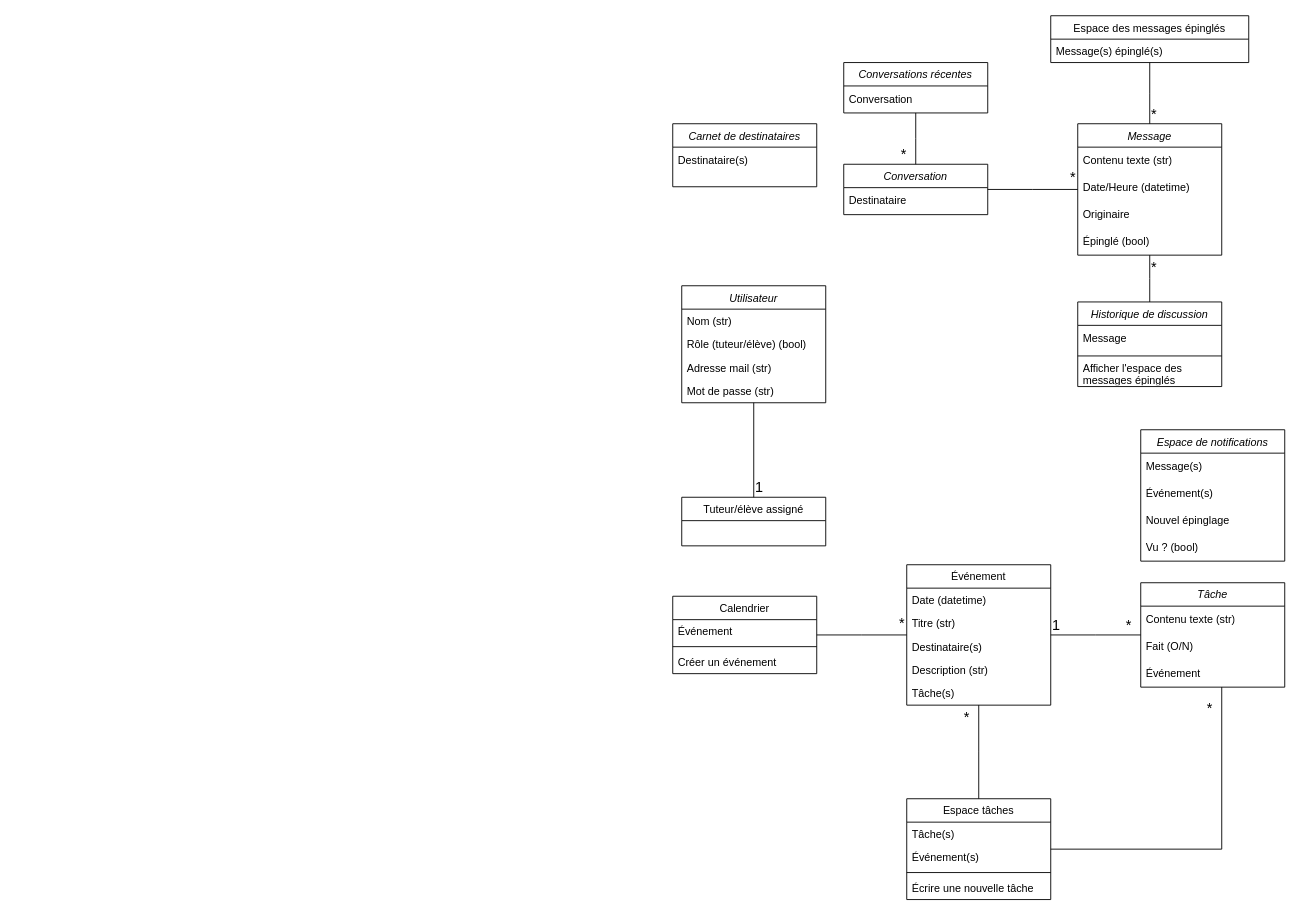
AlyxEugenot/OC-Courses keeps this draw.io diagram as OC3-UML-Homeskolar-class-diag.drawio. Above is the earlier version. Source tidied: cells renumbered, new cells numbered last; positions are measured from the earlier drawing's top-left corner, leaving out a move shared by most shapes. Both pictures are drawn from the tidied source at 90%, with x=0, y=0 at pixel (672, 15).
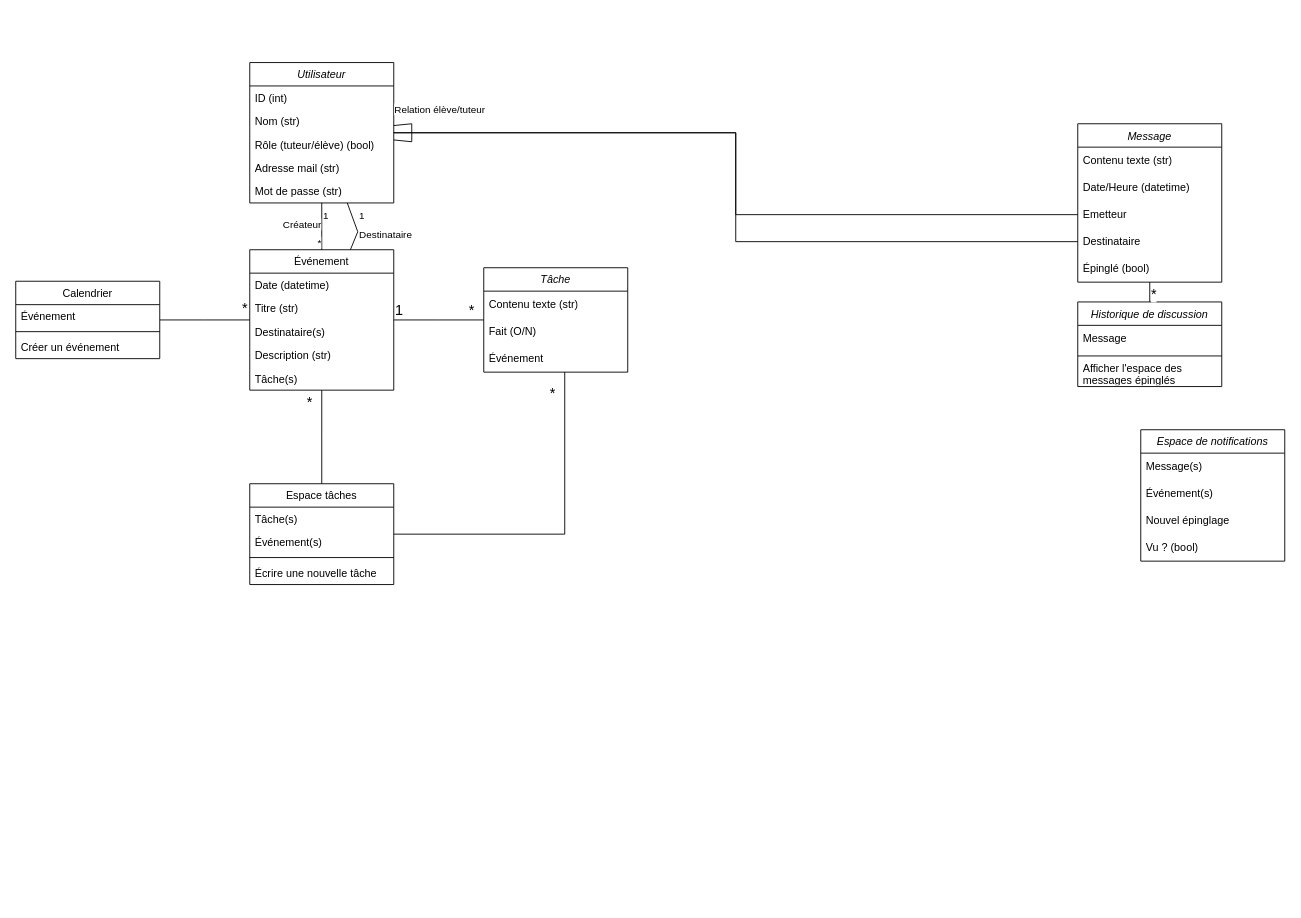
After the change.

The edit, as a diff of the source:
```diff
@@
     <mxCell id="2" value="Utilisateur" style="swimlane;fontStyle=2;align=center;verticalAlign=top;horizontal=1;startSize=26;rounded=0;shadow=0;strokeWidth=1;" parent="1" vertex="1">
-      <mxGeometry x="10" y="300" width="160" height="130" as="geometry" />
+      <mxGeometry x="-470" y="52" width="160" height="156" as="geometry" />
     </mxCell>
+    <mxCell id="68" value="ID (int)" style="text;align=left;verticalAlign=top;spacingLeft=4;spacingRight=4;overflow=hidden;rounded=0;shadow=0;html=0;" parent="2" vertex="1">
+      <mxGeometry y="26" width="160" height="26" as="geometry" />
+    </mxCell>
     <mxCell id="3" value="Nom (str)" style="text;align=left;verticalAlign=top;spacingLeft=4;spacingRight=4;overflow=hidden;" parent="2" vertex="1">
-      <mxGeometry y="26" width="160" height="26" as="geometry" />
+      <mxGeometry y="52" width="160" height="26" as="geometry" />
     </mxCell>
     <mxCell id="4" value="Rôle (tuteur/élève) (bool)" style="text;align=left;verticalAlign=top;spacingLeft=4;spacingRight=4;overflow=hidden;rounded=0;shadow=0;html=0;" parent="2" vertex="1">
-      <mxGeometry y="52" width="160" height="26" as="geometry" />
+      <mxGeometry y="78" width="160" height="26" as="geometry" />
     </mxCell>
     <mxCell id="5" value="Adresse mail (str)" style="text;align=left;verticalAlign=top;spacingLeft=4;spacingRight=4;overflow=hidden;rounded=0;shadow=0;html=0;" parent="2" vertex="1">
-      <mxGeometry y="78" width="160" height="26" as="geometry" />
+      <mxGeometry y="104" width="160" height="26" as="geometry" />
     </mxCell>
     <mxCell id="6" value="Mot de passe (str)" style="text;align=left;verticalAlign=top;spacingLeft=4;spacingRight=4;overflow=hidden;rounded=0;shadow=0;html=0;" parent="2" vertex="1">
-      <mxGeometry y="104" width="160" height="26" as="geometry" />
+      <mxGeometry y="130" width="160" height="26" as="geometry" />
     </mxCell>
-    <mxCell id="7" value="Tuteur/élève assigné" style="swimlane;fontStyle=0;align=center;verticalAlign=top;horizontal=1;startSize=26;rounded=0;shadow=0;strokeWidth=1;" parent="1" vertex="1">
-      <mxGeometry x="10" y="535" width="160" height="54" as="geometry" />
-    </mxCell>
     <mxCell id="8" value="Calendrier" style="swimlane;fontStyle=0;align=center;verticalAlign=top;horizontal=1;startSize=26;rounded=0;shadow=0;strokeWidth=1;" parent="1" vertex="1">
-      <mxGeometry y="645" width="160" height="86" as="geometry" />
+      <mxGeometry x="-730" y="295" width="160" height="86" as="geometry" />
     </mxCell>
@@
-    <mxCell id="12" value="Carnet de destinataires" style="swimlane;fontStyle=2;align=center;verticalAlign=top;horizontal=1;startSize=26;rounded=0;shadow=0;strokeWidth=1;" parent="1" vertex="1">
-      <mxGeometry y="120" width="160" height="70" as="geometry" />
-    </mxCell>
-    <mxCell id="13" value="Destinataire(s)" style="text;strokeColor=none;fillColor=none;align=left;verticalAlign=middle;spacingLeft=4;spacingRight=4;overflow=hidden;whiteSpace=wrap;html=1;" parent="12" vertex="1">
-      <mxGeometry y="26" width="160" height="30" as="geometry" />
-    </mxCell>
-    <mxCell id="14" value="Conversations récentes" style="swimlane;fontStyle=2;align=center;verticalAlign=top;horizontal=1;startSize=26;rounded=0;shadow=0;strokeWidth=1;" parent="1" vertex="1">
-      <mxGeometry x="190" y="52" width="160" height="56" as="geometry" />
-    </mxCell>
-    <mxCell id="15" value="Conversation" style="text;strokeColor=none;fillColor=none;align=left;verticalAlign=middle;spacingLeft=4;spacingRight=4;overflow=hidden;whiteSpace=wrap;html=1;" parent="14" vertex="1">
-      <mxGeometry y="26" width="160" height="30" as="geometry" />
-    </mxCell>
@@
     <mxCell id="20" value="Événement" style="swimlane;fontStyle=0;align=center;verticalAlign=top;horizontal=1;startSize=26;rounded=0;shadow=0;strokeWidth=1;" parent="1" vertex="1">
-      <mxGeometry x="260" y="610" width="160" height="156" as="geometry" />
+      <mxGeometry x="-470" y="260" width="160" height="156" as="geometry" />
     </mxCell>
@@
-    <mxCell id="26" value="Espace des messages épinglés" style="swimlane;fontStyle=0;align=center;verticalAlign=top;horizontal=1;startSize=26;rounded=0;shadow=0;strokeWidth=1;" parent="1" vertex="1">
-      <mxGeometry x="420" width="220" height="52" as="geometry" />
-    </mxCell>
-    <mxCell id="27" value="Message(s) épinglé(s)" style="text;align=left;verticalAlign=top;spacingLeft=4;spacingRight=4;overflow=hidden;" parent="26" vertex="1">
-      <mxGeometry y="26" width="220" height="26" as="geometry" />
-    </mxCell>
     <mxCell id="28" value="Message" style="swimlane;fontStyle=2;align=center;verticalAlign=top;horizontal=1;startSize=26;rounded=0;shadow=0;strokeWidth=1;" parent="1" vertex="1">
-      <mxGeometry x="450" y="120" width="160" height="146" as="geometry" />
+      <mxGeometry x="450" y="120" width="160" height="176" as="geometry" />
     </mxCell>
@@
-    <mxCell id="31" value="Originaire" style="text;strokeColor=none;fillColor=none;align=left;verticalAlign=middle;spacingLeft=4;spacingRight=4;overflow=hidden;points=[[0,0.5],[1,0.5]];portConstraint=eastwest;whiteSpace=wrap;html=1;" parent="28" vertex="1">
+    <mxCell id="31" value="Emetteur" style="text;strokeColor=none;fillColor=none;align=left;verticalAlign=middle;spacingLeft=4;spacingRight=4;overflow=hidden;points=[[0,0.5],[1,0.5]];portConstraint=eastwest;whiteSpace=wrap;html=1;" parent="28" vertex="1">
       <mxGeometry y="86" width="160" height="30" as="geometry" />
     </mxCell>
+    <mxCell id="58" value="Destinataire" style="text;strokeColor=none;fillColor=none;align=left;verticalAlign=middle;spacingLeft=4;spacingRight=4;overflow=hidden;points=[[0,0.5],[1,0.5]];portConstraint=eastwest;whiteSpace=wrap;html=1;" parent="28" vertex="1">
+      <mxGeometry y="116" width="160" height="30" as="geometry" />
+    </mxCell>
     <mxCell id="32" value="Épinglé (bool)" style="text;strokeColor=none;fillColor=none;align=left;verticalAlign=middle;spacingLeft=4;spacingRight=4;overflow=hidden;whiteSpace=wrap;html=1;" parent="28" vertex="1">
-      <mxGeometry y="116" width="160" height="30" as="geometry" />
+      <mxGeometry y="146" width="160" height="30" as="geometry" />
     </mxCell>
     <mxCell id="33" value="Espace tâches" style="swimlane;fontStyle=0;align=center;verticalAlign=top;horizontal=1;startSize=26;rounded=0;shadow=0;strokeWidth=1;" parent="1" vertex="1">
-      <mxGeometry x="260" y="870" width="160" height="112" as="geometry" />
+      <mxGeometry x="-470" y="520" width="160" height="112" as="geometry" />
     </mxCell>
@@
     <mxCell id="38" value="Tâche" style="swimlane;fontStyle=2;align=center;verticalAlign=top;horizontal=1;startSize=26;rounded=0;shadow=0;strokeWidth=1;" parent="1" vertex="1">
-      <mxGeometry x="520" y="630" width="160" height="116" as="geometry" />
+      <mxGeometry x="-210" y="280" width="160" height="116" as="geometry" />
     </mxCell>
@@
-    <mxCell id="42" style="endArrow=none;html=1;rounded=0;edgeStyle=elbowEdgeStyle;endFill=0;" parent="1" edge="1" source="7" target="2">
-      <mxGeometry relative="1" as="geometry" />
-    </mxCell>
-    <mxCell id="43" value="1" style="edgeLabel;html=1;align=left;verticalAlign=bottom;fontSize=16;" parent="42" vertex="1">
-      <mxGeometry x="-1" relative="1" as="geometry" />
-    </mxCell>
@@
-    <mxCell id="49" style="endArrow=none;html=1;rounded=0;edgeStyle=elbowEdgeStyle;endFill=0;" parent="1" edge="1" source="28" target="26">
-      <mxGeometry relative="1" as="geometry" />
-    </mxCell>
-    <mxCell id="50" value="*" style="edgeLabel;html=1;align=left;verticalAlign=bottom;fontSize=16;" parent="49" vertex="1">
-      <mxGeometry x="-1" relative="1" as="geometry" />
-    </mxCell>
     <mxCell id="51" style="endArrow=none;html=1;rounded=0;edgeStyle=elbowEdgeStyle;endFill=0;" parent="1" edge="1" source="33" target="38">
       <mxGeometry relative="1" as="geometry">
         <Array as="points">
-          <mxPoint x="610" y="810" />
+          <mxPoint x="-120" y="460" />
         </Array>
       </mxGeometry>
     </mxCell>
@@
-    <mxCell id="57" value="Conversation " style="swimlane;fontStyle=2;align=center;verticalAlign=top;horizontal=1;startSize=26;rounded=0;shadow=0;strokeWidth=1;" parent="1" vertex="1">
-      <mxGeometry x="190" y="165" width="160" height="56" as="geometry" />
-    </mxCell>
-    <mxCell id="58" value="Destinataire" style="text;strokeColor=none;fillColor=none;align=left;verticalAlign=middle;spacingLeft=4;spacingRight=4;overflow=hidden;points=[[0,0.5],[1,0.5]];portConstraint=eastwest;whiteSpace=wrap;html=1;" parent="57" vertex="1">
-      <mxGeometry y="26" width="160" height="30" as="geometry" />
-    </mxCell>
-    <mxCell id="59" style="endArrow=none;html=1;rounded=0;edgeStyle=elbowEdgeStyle;endFill=0;" parent="1" edge="1" source="14" target="57">
-      <mxGeometry relative="1" as="geometry" />
-    </mxCell>
-    <mxCell id="60" value="*" style="edgeLabel;html=1;align=right;verticalAlign=bottom;fontSize=16;" parent="59" vertex="1">
-      <mxGeometry x="1" relative="1" as="geometry">
-        <mxPoint x="-10" as="offset" />
-      </mxGeometry>
-    </mxCell>
@@
-    <mxCell id="66" style="endArrow=none;html=1;rounded=0;edgeStyle=elbowEdgeStyle;endFill=0;" parent="1" edge="1" source="28" target="57">
-      <mxGeometry relative="1" as="geometry" />
-    </mxCell>
-    <mxCell id="67" value="*" style="edgeLabel;html=1;align=left;verticalAlign=bottom;fontSize=16;" parent="66" vertex="1">
-      <mxGeometry x="-1" relative="1" as="geometry">
-        <mxPoint x="-10" y="-3" as="offset" />
-      </mxGeometry>
-    </mxCell>
+    <mxCell id="69" style="endArrow=none;html=1;rounded=0;endFill=0;" parent="1" edge="1" source="2" target="2">
+      <mxGeometry relative="1" as="geometry" />
+    </mxCell>
+    <mxCell id="70" value="Relation élève/tuteur" style="edgeLabel;html=1;align=center;verticalAlign=middle;" parent="69" vertex="1">
+      <mxGeometry relative="1" as="geometry">
+        <mxPoint x="30" y="-26" as="offset" />
+      </mxGeometry>
+    </mxCell>
+    <mxCell id="71" style="endArrow=none;html=1;rounded=0;endFill=0;" parent="1" edge="1" source="2" target="20">
+      <mxGeometry relative="1" as="geometry" />
+    </mxCell>
+    <mxCell id="72" value="1" style="edgeLabel;html=1;align=left;verticalAlign=bottom;" parent="71" vertex="1">
+      <mxGeometry x="-1" relative="1" as="geometry">
+        <mxPoint y="22" as="offset" />
+      </mxGeometry>
+    </mxCell>
+    <mxCell id="73" value="*" style="edgeLabel;html=1;align=right;verticalAlign=bottom;" parent="71" vertex="1">
+      <mxGeometry x="1" relative="1" as="geometry" />
+    </mxCell>
+    <mxCell id="74" style="endArrow=none;html=1;rounded=0;endFill=0;" parent="1" edge="1" source="2" target="20">
+      <mxGeometry relative="1" as="geometry">
+        <Array as="points">
+          <mxPoint x="-350" y="240" />
+        </Array>
+      </mxGeometry>
+    </mxCell>
+    <mxCell id="75" value="Destinataire" style="edgeLabel;html=1;align=left;verticalAlign=bottom;" parent="74" vertex="1">
+      <mxGeometry x="-1" relative="1" as="geometry">
+        <mxPoint x="12" y="43" as="offset" />
+      </mxGeometry>
+    </mxCell>
+    <mxCell id="76" value="1" style="edgeLabel;html=1;align=left;verticalAlign=bottom;" parent="1" vertex="1">
+      <mxGeometry x="-349.6" y="230" as="geometry" />
+    </mxCell>
+    <mxCell id="77" value="Créateur" style="edgeLabel;html=1;align=right;verticalAlign=bottom;" parent="1" vertex="1">
+      <mxGeometry x="-390" y="240" as="geometry" />
+    </mxCell>
+    <mxCell id="78" style="endArrow=none;html=1;rounded=0;edgeStyle=elbowEdgeStyle;endFill=0;" parent="1" edge="1" source="2" target="31">
+      <mxGeometry relative="1" as="geometry" />
+    </mxCell>
+    <mxCell id="79" style="endArrow=none;html=1;rounded=0;edgeStyle=elbowEdgeStyle;endFill=0;" parent="1" edge="1" source="2" target="58">
+      <mxGeometry relative="1" as="geometry" />
+    </mxCell>
```
